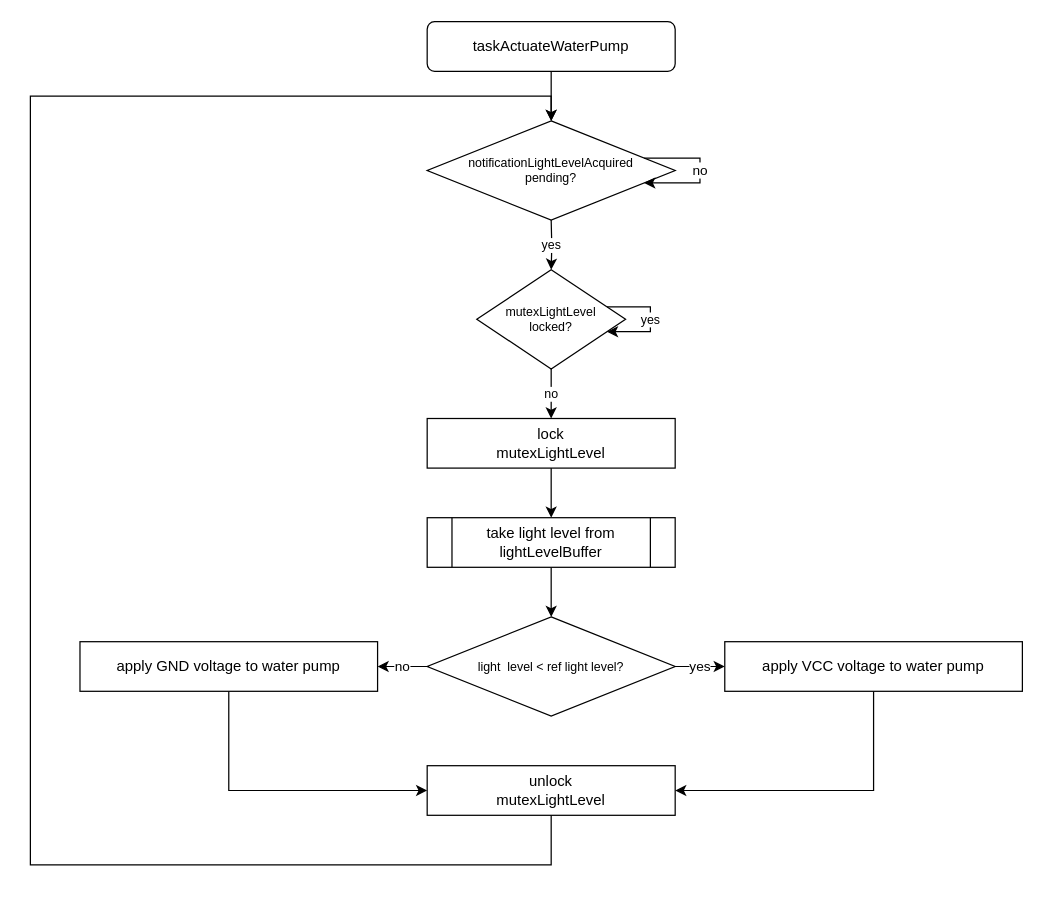
Above: Diagrams/taskActuateWaterPump.drawio in rafaelandrepedro/embebidos2122 (draw.io), before the change. Source tidied: cells renumbered, new cells numbered last; positions are measured from the earlier drawing's top-left corner, leaving out a move shared by most shapes. Both pictures are drawn from the tidied source at 124%, with x=0, y=0 at pixel (30, 21).
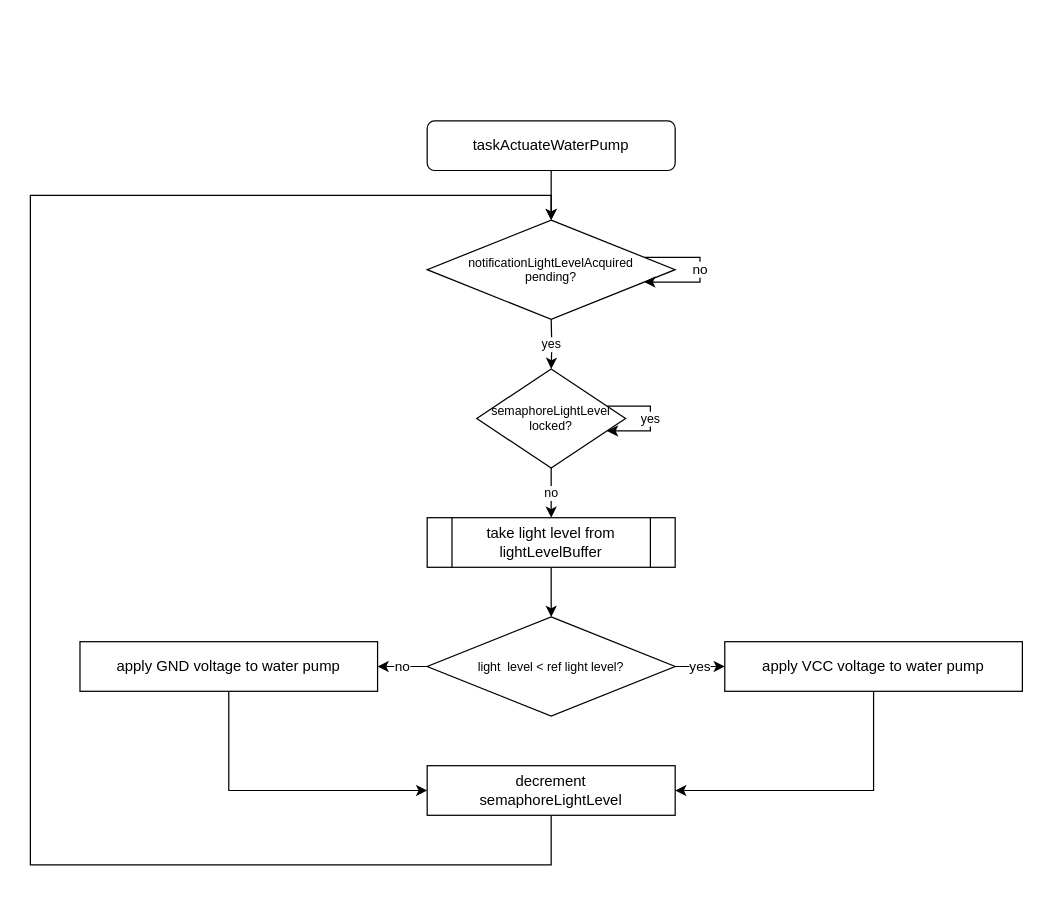
The same diagram, later.

Change to the diagram source:
```diff
@@
     <mxCell id="2" style="edgeStyle=orthogonalEdgeStyle;rounded=0;jettySize=auto;html=1;fontSize=10;" parent="1" edge="1" source="3">
       <mxGeometry relative="1" as="geometry">
-        <mxPoint x="420" y="80" as="targetPoint" />
+        <mxPoint x="420" y="160" as="targetPoint" />
       </mxGeometry>
     </mxCell>
     <mxCell id="3" value="taskActuateWaterPump" style="rounded=1;whiteSpace=wrap;html=1;" parent="1" vertex="1">
-      <mxGeometry x="320" width="200" height="40" as="geometry" />
+      <mxGeometry x="320" y="80" width="200" height="40" as="geometry" />
     </mxCell>
     <mxCell id="4" value="yes" style="edgeStyle=orthogonalEdgeStyle;rounded=0;jettySize=auto;html=1;fontSize=10;" parent="1" edge="1" target="8">
       <mxGeometry relative="1" as="geometry">
-        <mxPoint x="420" y="160" as="sourcePoint" />
+        <mxPoint x="420" y="240" as="sourcePoint" />
       </mxGeometry>
     </mxCell>
-    <mxCell id="5" style="edgeStyle=orthogonalEdgeStyle;rounded=0;jettySize=auto;html=1;" parent="1" edge="1" source="6">
-      <mxGeometry relative="1" as="geometry">
-        <mxPoint x="420" y="400" as="targetPoint" />
-      </mxGeometry>
-    </mxCell>
-    <mxCell id="6" value="lock&lt;br&gt;mutexLightLevel" style="rounded=0;whiteSpace=wrap;html=1;" parent="1" vertex="1">
-      <mxGeometry x="320" y="320" width="200" height="40" as="geometry" />
-    </mxCell>
-    <mxCell id="7" value="no" style="edgeStyle=orthogonalEdgeStyle;rounded=0;jettySize=auto;html=1;fontSize=10;" parent="1" edge="1" source="8" target="6">
-      <mxGeometry relative="1" as="geometry" />
+    <mxCell id="7" value="no" style="edgeStyle=orthogonalEdgeStyle;rounded=0;jettySize=auto;html=1;fontSize=10;" parent="1" edge="1" source="8">
+      <mxGeometry relative="1" as="geometry">
+        <mxPoint x="420" y="400" as="targetPoint" />
+      </mxGeometry>
     </mxCell>
-    <mxCell id="8" value="&lt;span style=&quot;font-size: 10px&quot;&gt;mutexLightLevel&lt;br style=&quot;font-size: 10px&quot;&gt;locked?&lt;br style=&quot;font-size: 10px&quot;&gt;&lt;/span&gt;" style="rhombus;whiteSpace=wrap;html=1;fontSize=10;" parent="1" vertex="1">
-      <mxGeometry x="360" y="200" width="120" height="80" as="geometry" />
+    <mxCell id="8" value="semaphoreLightLevel&lt;br style=&quot;font-size: 10px&quot;&gt;locked?" style="rhombus;whiteSpace=wrap;html=1;fontSize=10;" parent="1" vertex="1">
+      <mxGeometry x="360" y="280" width="120" height="80" as="geometry" />
     </mxCell>
-    <mxCell id="9" value="unlock&lt;br&gt;mutexLightLevel" style="rounded=0;whiteSpace=wrap;html=1;" parent="1" vertex="1">
+    <mxCell id="9" value="decrement&lt;br&gt;semaphoreLightLevel" style="rounded=0;whiteSpace=wrap;html=1;" parent="1" vertex="1">
       <mxGeometry x="320" y="600" width="200" height="40" as="geometry" />
     </mxCell>
     <mxCell id="10" style="edgeStyle=orthogonalEdgeStyle;rounded=0;jettySize=auto;html=1;entryX=0.5;entryY=0;entryDx=0;entryDy=0;fontSize=10;exitX=0.5;exitY=1;exitDx=0;exitDy=0;" parent="1" edge="1" source="9">
       <mxGeometry relative="1" as="geometry">
-        <mxPoint x="420" y="80" as="targetPoint" />
+        <mxPoint x="420" y="160" as="targetPoint" />
         <Array as="points">
           <mxPoint x="420" y="680" />
           <mxPoint y="680" />
-          <mxPoint y="60" />
-          <mxPoint x="420" y="60" />
+          <mxPoint y="140" />
+          <mxPoint x="420" y="140" />
         </Array>
       </mxGeometry>
     </mxCell>
@@
     <mxCell id="12" value="notificationLightLevelAcquired&lt;br&gt;pending?" style="rhombus;whiteSpace=wrap;html=1;fontSize=10;" parent="1" vertex="1">
-      <mxGeometry x="320" y="80" width="200" height="80" as="geometry" />
+      <mxGeometry x="320" y="160" width="200" height="80" as="geometry" />
     </mxCell>
```
